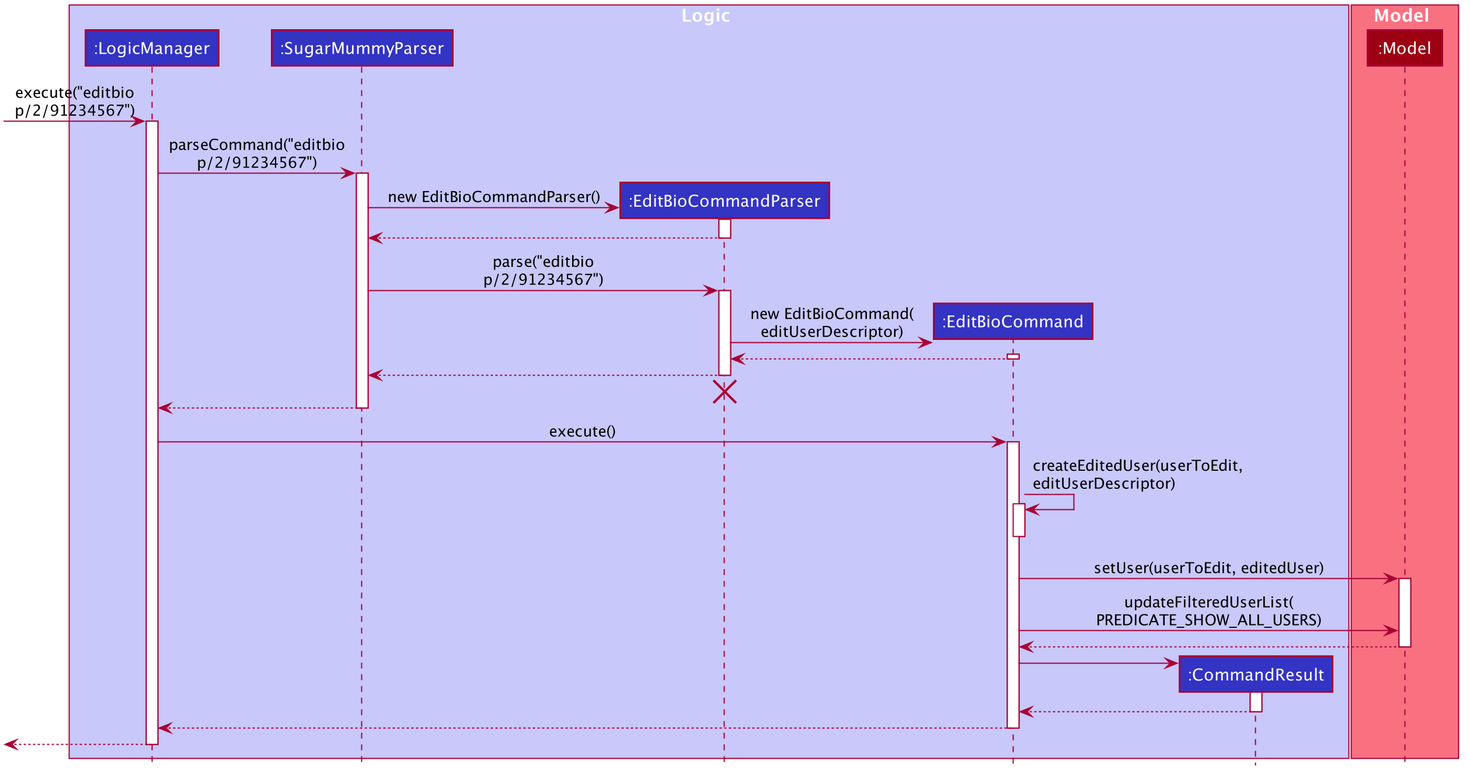
Earlier version of the PlantUML export docs/images/EditBioSequenceDiagram.png (nus-cs2103-AY1920S1/addressbook-level3). The source it was exported from:
```plantuml
@startuml








skinparam BackgroundColor #FFFFFFF

skinparam Shadowing false

skinparam Class {
    FontColor #FFFFFF
    BorderThickness 1
    BorderColor #FFFFFF
    StereotypeFontColor #FFFFFF
    FontName Arial
}

skinparam Actor {
    BorderColor #000000
    Color #000000
    FontName Arial
}

skinparam Sequence {
    MessageAlign center
    BoxFontSize 15
    BoxPadding 0
    BoxFontColor #FFFFFF
    FontName Arial
}

skinparam Participant {
    FontColor #FFFFFFF
    Padding 20
}

skinparam MinClassWidth 50
skinparam ParticipantPadding 10
skinparam Shadowing false
skinparam DefaultTextAlignment center
skinparam packageStyle Rectangle

hide footbox
hide members
hide circle

box Logic #C8C8FA
participant ":LogicManager" as LogicManager #3333C4
participant ":SugarMummyParser" as SugarMummyParser #3333C4
participant ":EditBioCommandParser" as EditBioCommandParser #3333C4
participant ":EditBioCommand" as EditBioCommand #3333C4
participant ":CommandResult" as CommandResult #3333C4
end box

box Model #F97181
participant ":Model" as Model #9D0012
end box

[-> LogicManager : execute("editbio\np/2/91234567")
activate LogicManager

LogicManager -> SugarMummyParser : parseCommand("editbio\np/2/91234567")
activate SugarMummyParser

create EditBioCommandParser
SugarMummyParser -> EditBioCommandParser : new EditBioCommandParser()
activate EditBioCommandParser

EditBioCommandParser --> SugarMummyParser
deactivate EditBioCommandParser

SugarMummyParser -> EditBioCommandParser : parse("editbio\np/2/91234567")
activate EditBioCommandParser

create EditBioCommand
EditBioCommandParser -> EditBioCommand  : new EditBioCommand(\neditUserDescriptor)
activate EditBioCommand
EditBioCommand --> EditBioCommandParser

deactivate EditBioCommand

EditBioCommandParser --> SugarMummyParser :
deactivate EditBioCommandParser
EditBioCommandParser -[hidden]-> SugarMummyParser
destroy EditBioCommandParser

SugarMummyParser --> LogicManager :
deactivate SugarMummyParser

LogicManager -> EditBioCommand : execute()
activate EditBioCommand




EditBioCommand -> EditBioCommand : createEditedUser(userToEdit, \neditUserDescriptor)
activate EditBioCommand
deactivate EditBioCommand

EditBioCommand -> Model : setUser(userToEdit, editedUser)
activate Model


EditBioCommand -> Model : updateFilteredUserList(\nPREDICATE_SHOW_ALL_USERS)

Model --> EditBioCommand
deactivate Model

create CommandResult
EditBioCommand -> CommandResult
activate CommandResult

CommandResult --> EditBioCommand
deactivate CommandResult

EditBioCommand --> LogicManager :
deactivate EditBioCommand

[<--LogicManager
deactivate LogicManager
@enduml
```
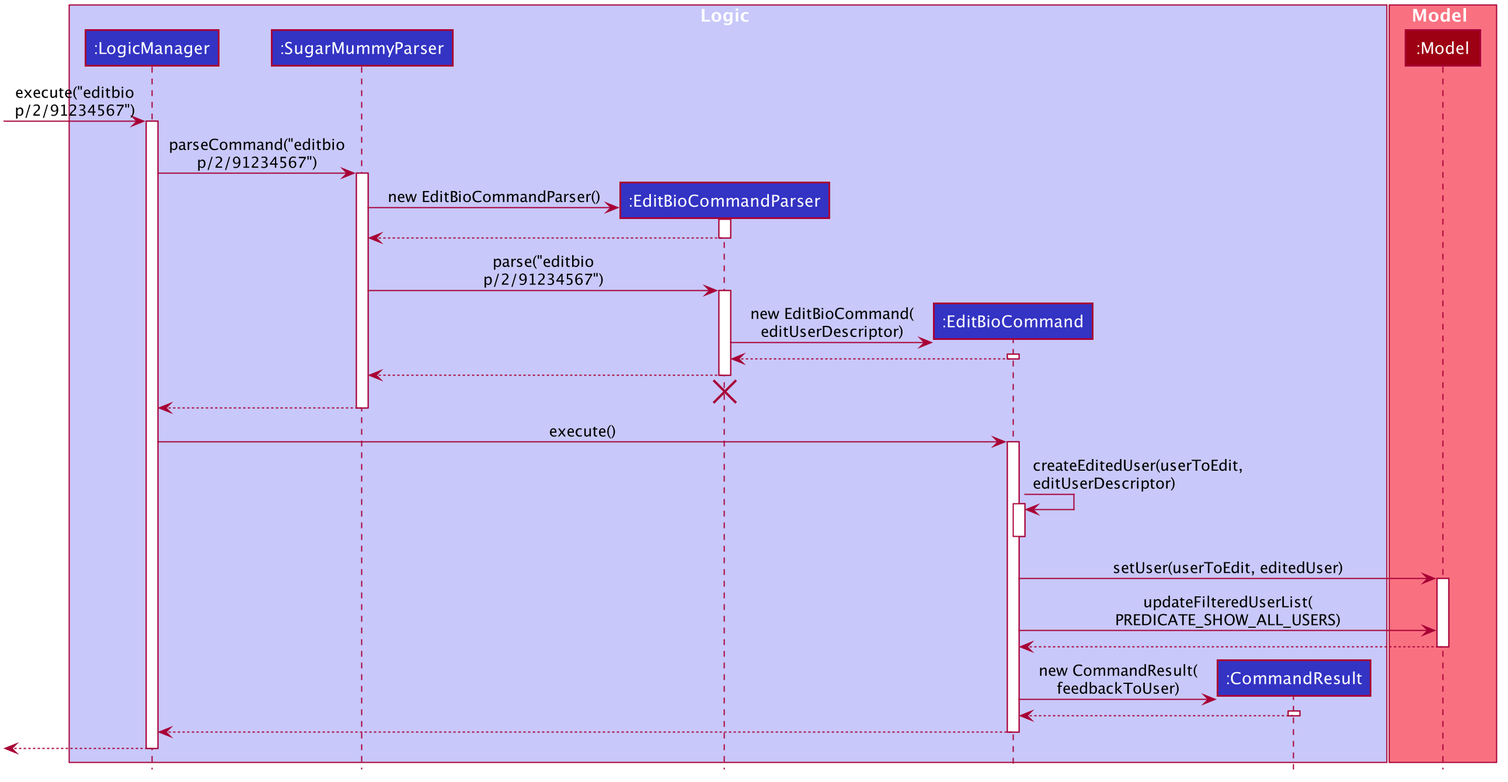
The same file after the commit.

Commit message:
Fix minor errors in personalised features part of developer guide and editbio sequence diagram.

Change to the diagram source:
```diff
@@ -111,7 +111,7 @@
 deactivate Model
 
 create CommandResult
-EditBioCommand -> CommandResult
+EditBioCommand -> CommandResult : new CommandResult(\nfeedbackToUser)
 activate CommandResult
 
 CommandResult --> EditBioCommand
```
